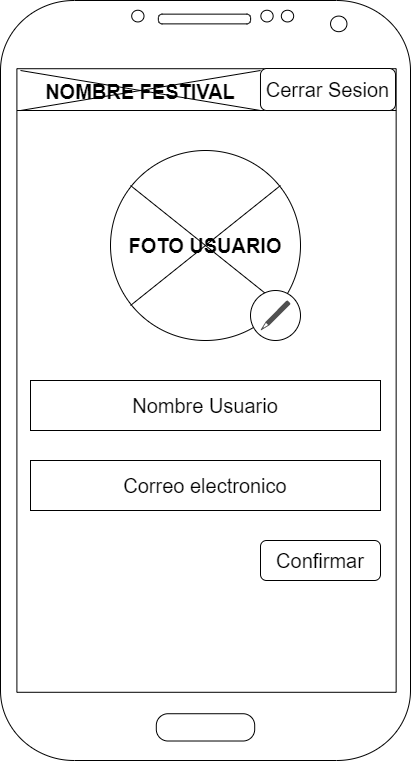
OscarLM32/DIU keeps this draw.io diagram as P2/img/EditarPagina.png. Above is the earlier version. Source tidied: cells renumbered, new cells last; positions are measured from the earlier drawing's top-left corner, leaving out a move shared by most shapes. Source of this version:
```xml
<mxGraphModel>
  <root>
    <mxCell id="0" />
    <mxCell id="1" parent="0" />
    <mxCell id="2" style="group;rounded=0;" parent="1" vertex="1">
      <mxGeometry width="410" height="760" as="geometry" />
    </mxCell>
    <mxCell id="3" style="rounded=0;whiteSpace=wrap;html=1;strokeColor=#000000;" parent="2" vertex="1">
      <mxGeometry x="10" y="60" width="390" height="650" as="geometry" />
    </mxCell>
    <mxCell id="4" style="rounded=0;whiteSpace=wrap;html=1;strokeColor=#000000;" parent="2" vertex="1">
      <mxGeometry x="10" y="60" width="390" height="50" as="geometry" />
    </mxCell>
    <mxCell id="5" style="verticalLabelPosition=bottom;verticalAlign=top;html=1;shadow=0;dashed=0;strokeWidth=1;shape=mxgraph.android.phone2;strokeColor=#000000;" parent="2" vertex="1">
      <mxGeometry width="410" height="760" as="geometry" />
    </mxCell>
    <mxCell id="6" value="&lt;span style=&quot;font-size: 20px&quot;&gt;Cerrar Sesion&lt;/span&gt;" style="rounded=1;whiteSpace=wrap;html=1;strokeColor=#000000;" parent="2" vertex="1">
      <mxGeometry x="260" y="68" width="135" height="42" as="geometry" />
    </mxCell>
    <mxCell id="7" value="NOMBRE FESTIVAL" style="shape=umlDestroy;fontSize=20;strokeColor=#000000;fontStyle=1;" parent="2" vertex="1">
      <mxGeometry x="20" y="70" width="240" height="40" as="geometry" />
    </mxCell>
    <mxCell id="8" value="Nombre Usuario" style="rounded=0;whiteSpace=wrap;html=1;fontSize=20;strokeColor=#000000;align=center;" parent="2" vertex="1">
      <mxGeometry x="30" y="380" width="350" height="50" as="geometry" />
    </mxCell>
    <mxCell id="9" value="Correo electronico" style="rounded=0;whiteSpace=wrap;html=1;fontSize=20;strokeColor=#000000;" parent="2" vertex="1">
      <mxGeometry x="30" y="460" width="350" height="50" as="geometry" />
    </mxCell>
    <mxCell id="10" value="Confirmar" style="rounded=1;whiteSpace=wrap;html=1;fontSize=20;strokeColor=#000000;" parent="2" vertex="1">
      <mxGeometry x="260" y="540" width="120" height="40" as="geometry" />
    </mxCell>
    <mxCell id="11" value="&lt;b&gt;FOTO USUARIO&lt;/b&gt;" style="ellipse;whiteSpace=wrap;html=1;fontSize=20;strokeColor=#000000;" parent="2" vertex="1">
      <mxGeometry x="110" y="150" width="190" height="190" as="geometry" />
    </mxCell>
    <mxCell id="12" style="shape=umlDestroy;fontSize=20;strokeColor=#000000;" parent="2" vertex="1">
      <mxGeometry x="130" y="185" width="150" height="120" as="geometry" />
    </mxCell>
    <mxCell id="13" style="ellipse;whiteSpace=wrap;html=1;rounded=0;fontSize=20;strokeColor=#000000;fillColor=default;" parent="2" vertex="1">
      <mxGeometry x="250" y="290" width="50" height="50" as="geometry" />
    </mxCell>
    <mxCell id="14" style="sketch=0;shadow=0;dashed=0;html=1;strokeColor=none;fillColor=#505050;labelPosition=center;verticalLabelPosition=bottom;verticalAlign=top;align=center;shape=mxgraph.office.concepts.writing_pencil;rounded=0;fontSize=20;" parent="2" vertex="1">
      <mxGeometry x="260" y="300" width="30" height="30" as="geometry" />
    </mxCell>
  </root>
</mxGraphModel>
```
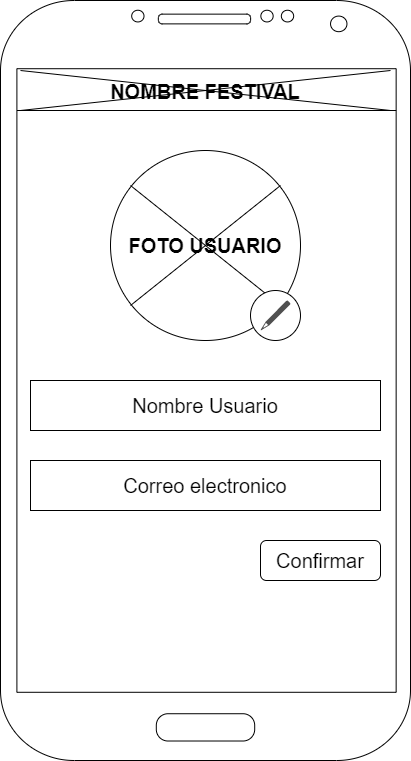
Later version of the same file.

Change to the diagram source:
```diff
@@ -14,11 +14,8 @@
     <mxCell id="5" style="verticalLabelPosition=bottom;verticalAlign=top;html=1;shadow=0;dashed=0;strokeWidth=1;shape=mxgraph.android.phone2;strokeColor=#000000;" parent="2" vertex="1">
       <mxGeometry width="410" height="760" as="geometry" />
     </mxCell>
-    <mxCell id="6" value="&lt;span style=&quot;font-size: 20px&quot;&gt;Cerrar Sesion&lt;/span&gt;" style="rounded=1;whiteSpace=wrap;html=1;strokeColor=#000000;" parent="2" vertex="1">
-      <mxGeometry x="260" y="68" width="135" height="42" as="geometry" />
-    </mxCell>
     <mxCell id="7" value="NOMBRE FESTIVAL" style="shape=umlDestroy;fontSize=20;strokeColor=#000000;fontStyle=1;" parent="2" vertex="1">
-      <mxGeometry x="20" y="70" width="240" height="40" as="geometry" />
+      <mxGeometry x="20" y="70" width="370" height="40" as="geometry" />
     </mxCell>
     <mxCell id="8" value="Nombre Usuario" style="rounded=0;whiteSpace=wrap;html=1;fontSize=20;strokeColor=#000000;align=center;" parent="2" vertex="1">
       <mxGeometry x="30" y="380" width="350" height="50" as="geometry" />
```
